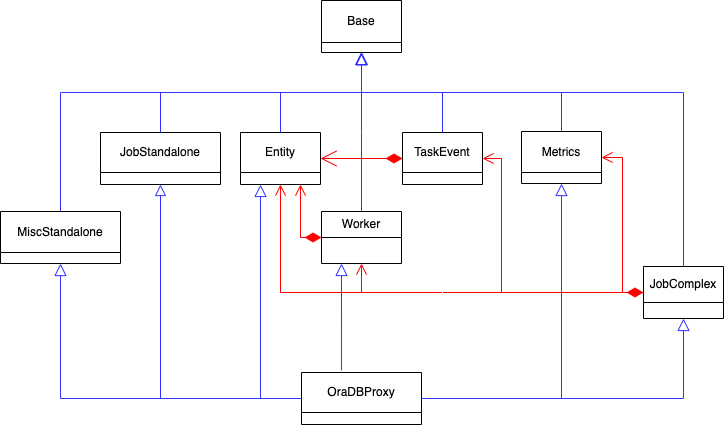
Above: pandaserver/taskbuffer/db_proxy_mods/OraDBProxy_structure.png in PanDAWMS/panda-server (draw.io), before the change. Source tidied: cells renumbered, new cells last; positions are measured from the earlier drawing's top-left corner, leaving out a move shared by most shapes.
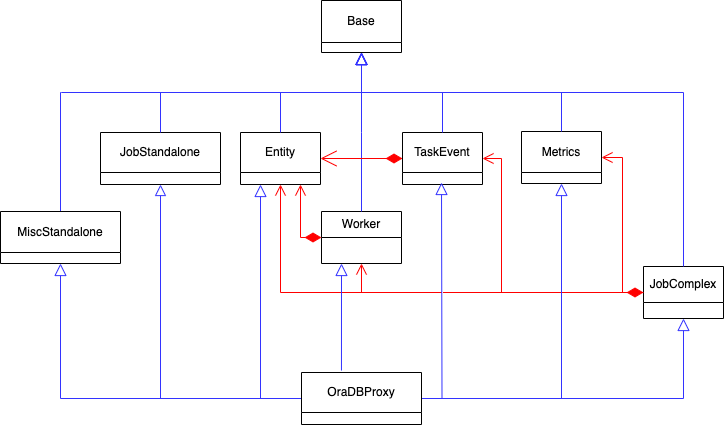
After the change.

Commit message:
OraDBProxy refactoring

Diff of the diagram source:
```diff
@@ -102,6 +102,11 @@
     <mxCell id="26" style="edgeStyle=orthogonalEdgeStyle;rounded=0;jettySize=auto;html=1;exitX=1;exitY=0.5;exitDx=0;exitDy=0;entryX=0.5;entryY=1;entryDx=0;entryDy=0;endArrow=block;endFill=0;endSize=10;strokeColor=light-dark(#3333FF,#FFFFFF);" parent="1" edge="1" source="27" target="11">
       <mxGeometry relative="1" as="geometry" />
     </mxCell>
+    <mxCell id="31" style="edgeStyle=orthogonalEdgeStyle;rounded=0;jettySize=auto;html=1;exitX=1;exitY=0.5;exitDx=0;exitDy=0;strokeColor=light-dark(#3333FF,#FFFFFF);endArrow=block;endFill=0;endSize=10;" parent="1" edge="1" source="27">
+      <mxGeometry relative="1" as="geometry">
+        <mxPoint x="441" y="182" as="targetPoint" />
+      </mxGeometry>
+    </mxCell>
     <mxCell id="27" value="OraDBProxy" style="swimlane;fontStyle=0;horizontal=1;startSize=40;fillColor=none;whiteSpace=wrap;html=1;" parent="1" vertex="1">
       <mxGeometry x="301" y="372" width="120" height="52" as="geometry" />
     </mxCell>
```
